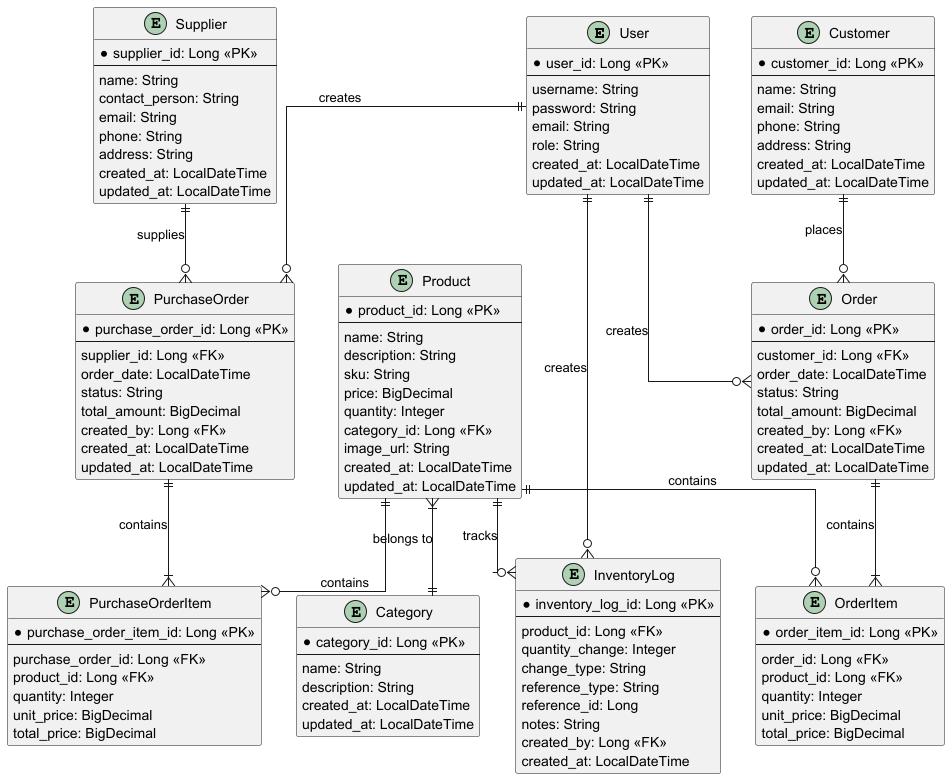
The PlantUML diagram docs/QM_Inventory_System___ER_Diagram.png in enagbeme/qm_inventory, before a commit.
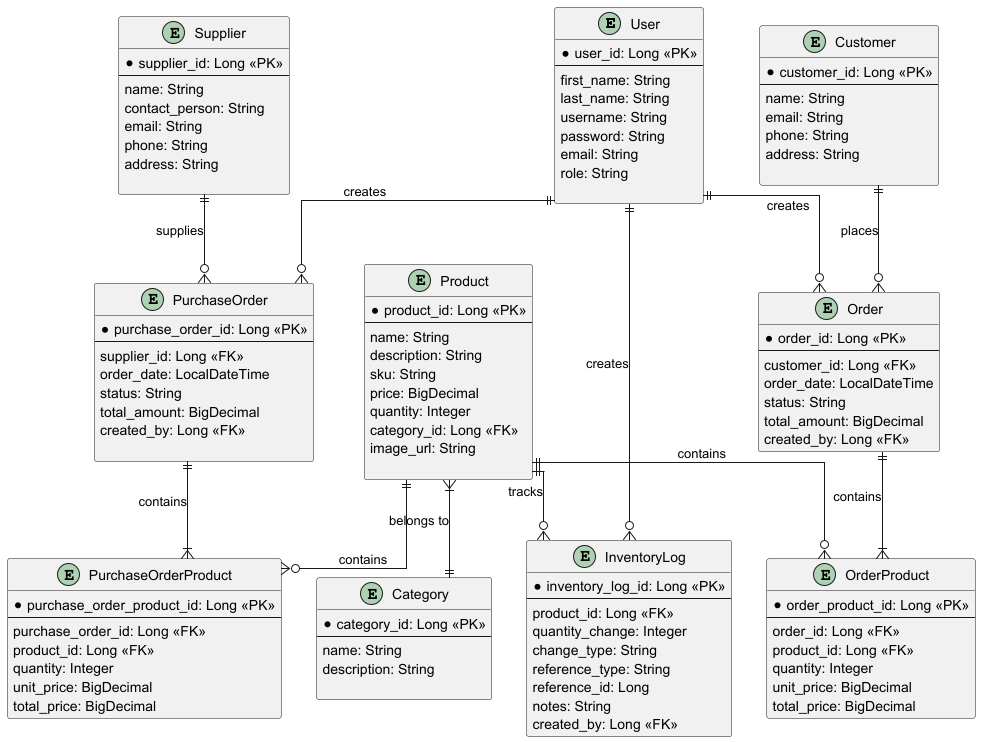
The same diagram one commit later.

Change to the diagram source:
```diff
@@ -5,12 +5,13 @@
 entity "User" as user {
   *user_id: Long <<PK>>
   --
+  first_name: String
+  last_name: String
   username: String
   password: String
   email: String
   role: String
-  created_at: LocalDateTime
-  updated_at: LocalDateTime
+
 }
 
 entity "Product" as product {
@@ -23,8 +24,7 @@
   quantity: Integer
   category_id: Long <<FK>>
   image_url: String
-  created_at: LocalDateTime
-  updated_at: LocalDateTime
+
 }
 
 entity "Category" as category {
@@ -32,8 +32,7 @@
   --
   name: String
   description: String
-  created_at: LocalDateTime
-  updated_at: LocalDateTime
+
 }
 
 entity "Supplier" as supplier {
@@ -44,8 +43,7 @@
   email: String
   phone: String
   address: String
-  created_at: LocalDateTime
-  updated_at: LocalDateTime
+
 }
 
 entity "PurchaseOrder" as purchase_order {
@@ -56,12 +54,11 @@
   status: String
   total_amount: BigDecimal
   created_by: Long <<FK>>
-  created_at: LocalDateTime
-  updated_at: LocalDateTime
+
 }
 
-entity "PurchaseOrderItem" as purchase_order_item {
-  *purchase_order_item_id: Long <<PK>>
+entity "PurchaseOrderProduct" as purchase_order_product {
+  *purchase_order_product_id: Long <<PK>>
   --
   purchase_order_id: Long <<FK>>
   product_id: Long <<FK>>
@@ -80,7 +77,6 @@
   reference_id: Long
   notes: String
   created_by: Long <<FK>>
-  created_at: LocalDateTime
 }
 
 entity "Customer" as customer {
@@ -90,8 +86,7 @@
   email: String
   phone: String
   address: String
-  created_at: LocalDateTime
-  updated_at: LocalDateTime
+
 }
 
 entity "Order" as order {
@@ -102,12 +97,10 @@
   status: String
   total_amount: BigDecimal
   created_by: Long <<FK>>
-  created_at: LocalDateTime
-  updated_at: LocalDateTime
 }
 
-entity "OrderItem" as order_item {
-  *order_item_id: Long <<PK>>
+entity "OrderProduct" as order_product {
+  *order_product_id: Long <<PK>>
   --
   order_id: Long <<FK>>
   product_id: Long <<FK>>
@@ -121,15 +114,15 @@
 user ||--o{ order : creates
 
 product }|--|| category : belongs to
-product ||--o{ purchase_order_item : contains
-product ||--o{ order_item : contains
+product ||--o{ purchase_order_product : contains
+product ||--o{ order_product : contains
 product ||--o{ inventory_log : tracks
 
 supplier ||--o{ purchase_order : supplies
 
-purchase_order ||--|{ purchase_order_item : contains
+purchase_order ||--|{ purchase_order_product : contains
 
 customer ||--o{ order : places
-order ||--|{ order_item : contains
+order ||--|{ order_product : contains
 
 @enduml
```
